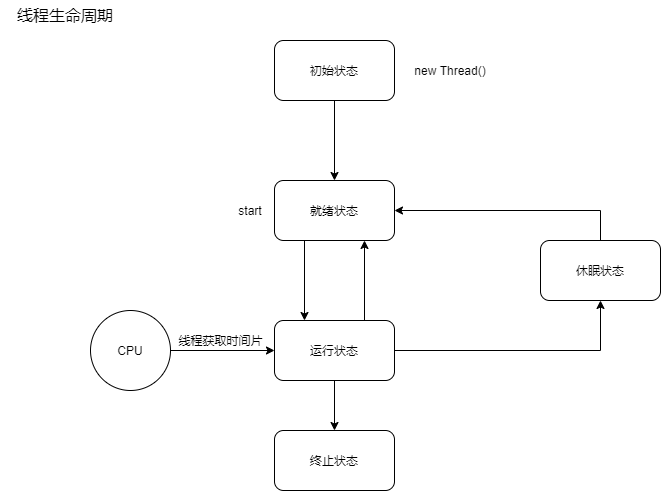
Above: 多线程与高并发/thread.png in LePeitiPrince/note-picture (draw.io), before the change. Source tidied: cells renumbered, new cells last; positions are measured from the earlier drawing's top-left corner, leaving out a move shared by most shapes.
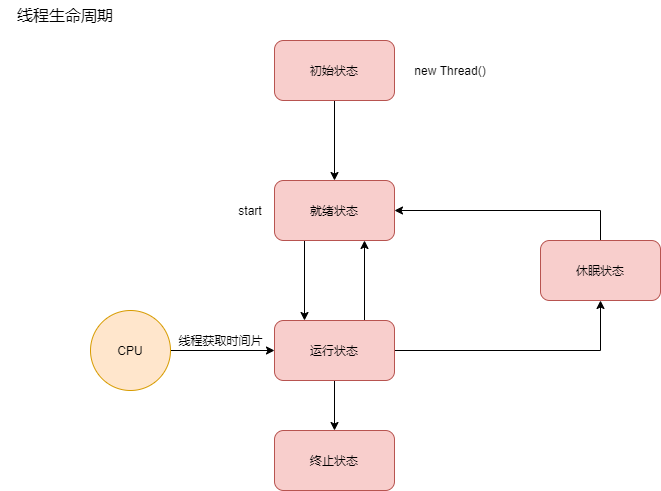
After the commit.

Diff of the diagram source:
```diff
@@ -10,7 +10,7 @@
         <mxPoint x="334" y="180" as="targetPoint" />
       </mxGeometry>
     </mxCell>
-    <mxCell id="4" value="初始状态" style="rounded=1;whiteSpace=wrap;html=1;" parent="1" vertex="1">
+    <mxCell id="4" value="初始状态" style="rounded=1;whiteSpace=wrap;html=1;fillColor=#f8cecc;strokeColor=#b85450;" parent="1" vertex="1">
       <mxGeometry x="274" y="40" width="120" height="60" as="geometry" />
     </mxCell>
     <mxCell id="5" style="edgeStyle=orthogonalEdgeStyle;rounded=0;jettySize=auto;html=1;exitX=0.25;exitY=1;exitDx=0;exitDy=0;" parent="1" edge="1" source="6">
@@ -18,7 +18,7 @@
         <mxPoint x="304" y="320" as="targetPoint" />
       </mxGeometry>
     </mxCell>
-    <mxCell id="6" value="就绪状态" style="rounded=1;whiteSpace=wrap;html=1;" parent="1" vertex="1">
+    <mxCell id="6" value="就绪状态" style="rounded=1;whiteSpace=wrap;html=1;fillColor=#f8cecc;strokeColor=#b85450;" parent="1" vertex="1">
       <mxGeometry x="274" y="180" width="120" height="60" as="geometry" />
     </mxCell>
     <mxCell id="7" value="new Thread()" style="text;html=1;strokeColor=none;fillColor=none;align=center;verticalAlign=middle;whiteSpace=wrap;rounded=0;" parent="1" vertex="1">
@@ -38,25 +38,25 @@
     <mxCell id="11" style="edgeStyle=orthogonalEdgeStyle;rounded=0;jettySize=auto;html=1;exitX=1;exitY=0.5;exitDx=0;exitDy=0;" parent="1" edge="1" source="12" target="18">
       <mxGeometry relative="1" as="geometry" />
     </mxCell>
-    <mxCell id="12" value="运行状态" style="rounded=1;whiteSpace=wrap;html=1;" parent="1" vertex="1">
+    <mxCell id="12" value="运行状态" style="rounded=1;whiteSpace=wrap;html=1;fillColor=#f8cecc;strokeColor=#b85450;" parent="1" vertex="1">
       <mxGeometry x="274" y="320" width="120" height="60" as="geometry" />
     </mxCell>
     <mxCell id="13" style="edgeStyle=orthogonalEdgeStyle;rounded=0;jettySize=auto;html=1;exitX=1;exitY=0.5;exitDx=0;exitDy=0;entryX=0;entryY=0.5;entryDx=0;entryDy=0;" parent="1" edge="1" source="14" target="12">
       <mxGeometry relative="1" as="geometry" />
     </mxCell>
-    <mxCell id="14" value="CPU" style="ellipse;whiteSpace=wrap;html=1;" parent="1" vertex="1">
+    <mxCell id="14" value="CPU" style="ellipse;whiteSpace=wrap;html=1;fillColor=#ffe6cc;strokeColor=#d79b00;" parent="1" vertex="1">
       <mxGeometry x="90" y="310" width="80" height="80" as="geometry" />
     </mxCell>
     <mxCell id="15" value="线程获取时间片" style="text;html=1;align=center;verticalAlign=middle;strokeColor=none;fillColor=none;" parent="1" vertex="1">
       <mxGeometry x="170" y="330" width="100" height="20" as="geometry" />
     </mxCell>
-    <mxCell id="16" value="终止状态" style="rounded=1;whiteSpace=wrap;html=1;" parent="1" vertex="1">
+    <mxCell id="16" value="终止状态" style="rounded=1;whiteSpace=wrap;html=1;fillColor=#f8cecc;strokeColor=#b85450;" parent="1" vertex="1">
       <mxGeometry x="274" y="430" width="120" height="60" as="geometry" />
     </mxCell>
     <mxCell id="17" style="edgeStyle=orthogonalEdgeStyle;rounded=0;jettySize=auto;html=1;exitX=0.5;exitY=0;exitDx=0;exitDy=0;entryX=1;entryY=0.5;entryDx=0;entryDy=0;" parent="1" edge="1" source="18" target="6">
       <mxGeometry relative="1" as="geometry" />
     </mxCell>
-    <mxCell id="18" value="休眠状态" style="rounded=1;whiteSpace=wrap;html=1;" parent="1" vertex="1">
+    <mxCell id="18" value="休眠状态" style="rounded=1;whiteSpace=wrap;html=1;fillColor=#f8cecc;strokeColor=#b85450;" parent="1" vertex="1">
       <mxGeometry x="540" y="240" width="120" height="60" as="geometry" />
     </mxCell>
   </root>
```
